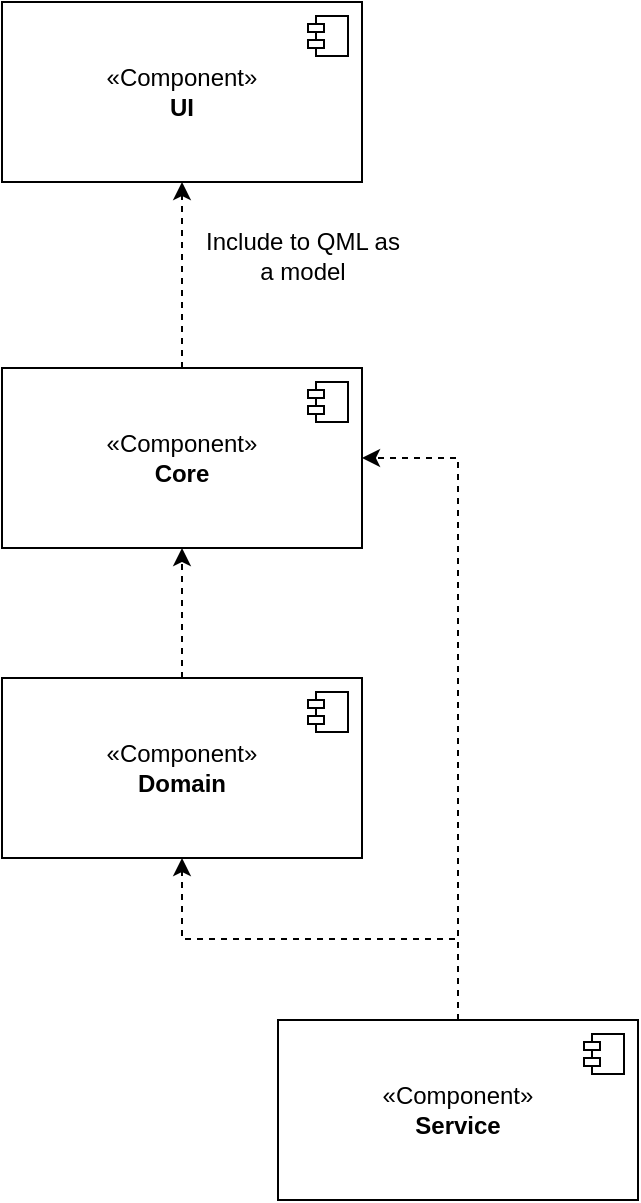
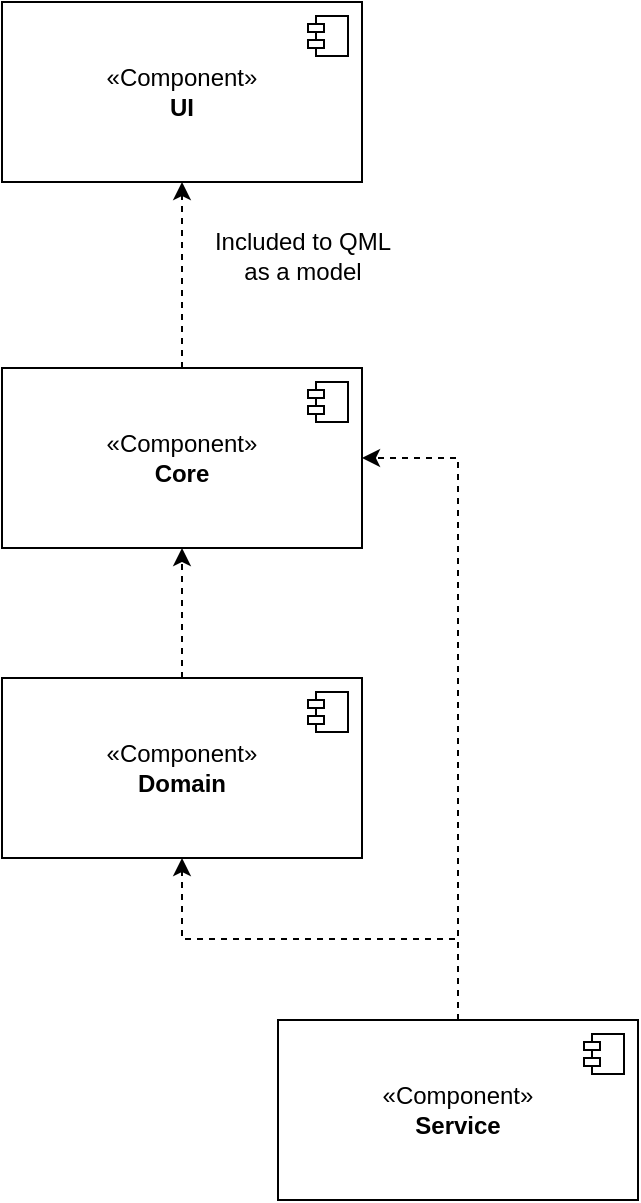
<mxfile host="Electron" agent="Mozilla/5.0 (Windows NT 10.0; Win64; x64) AppleWebKit/537.36 (KHTML, like Gecko) draw.io/29.6.6 Chrome/144.0.7559.236 Electron/40.8.4 Safari/537.36" version="29.6.6">
  <diagram name="Page-1" id="NObZt32DlCua3fhVRQLL">
-     <mxGraphModel dx="-416" dy="1192" grid="0" gridSize="10" guides="1" tooltips="1" connect="1" arrows="1" fold="1" page="0" pageScale="1" pageWidth="3300" pageHeight="4681" math="0" shadow="0">
+     <mxGraphModel dx="1105" dy="1201" grid="0" gridSize="10" guides="1" tooltips="1" connect="1" arrows="1" fold="1" page="0" pageScale="1" pageWidth="3300" pageHeight="4681" math="0" shadow="0">
      <root>
        <mxCell id="0" />
        <mxCell id="1" parent="0" />
        <mxCell id="tQFpabWUKiHXxjJ5ZDOe-1" parent="1" style="html=1;dropTarget=0;whiteSpace=wrap;" value="«Component»&lt;br&gt;&lt;b&gt;UI&lt;/b&gt;" vertex="1">
          <mxGeometry height="90" width="180" x="1271" y="151" as="geometry" />
        </mxCell>
        <mxCell id="tQFpabWUKiHXxjJ5ZDOe-2" parent="tQFpabWUKiHXxjJ5ZDOe-1" style="shape=module;jettyWidth=8;jettyHeight=4;" value="" vertex="1">
          <mxGeometry height="20" relative="1" width="20" x="1" as="geometry">
            <mxPoint x="-27" y="7" as="offset" />
          </mxGeometry>
        </mxCell>
        <mxCell id="tQFpabWUKiHXxjJ5ZDOe-8" edge="1" parent="1" source="tQFpabWUKiHXxjJ5ZDOe-3" style="edgeStyle=orthogonalEdgeStyle;rounded=0;orthogonalLoop=1;jettySize=auto;html=1;dashed=1;" target="tQFpabWUKiHXxjJ5ZDOe-5">
          <mxGeometry relative="1" as="geometry" />
        </mxCell>
        <mxCell id="tQFpabWUKiHXxjJ5ZDOe-3" parent="1" style="html=1;dropTarget=0;whiteSpace=wrap;" value="«Component»&lt;br&gt;&lt;b&gt;Domain&lt;/b&gt;" vertex="1">
          <mxGeometry height="90" width="180" x="1271" y="489" as="geometry" />
        </mxCell>
        <mxCell id="tQFpabWUKiHXxjJ5ZDOe-4" parent="tQFpabWUKiHXxjJ5ZDOe-3" style="shape=module;jettyWidth=8;jettyHeight=4;" value="" vertex="1">
          <mxGeometry height="20" relative="1" width="20" x="1" as="geometry">
            <mxPoint x="-27" y="7" as="offset" />
          </mxGeometry>
        </mxCell>
        <mxCell id="tQFpabWUKiHXxjJ5ZDOe-7" edge="1" parent="1" source="tQFpabWUKiHXxjJ5ZDOe-5" style="edgeStyle=orthogonalEdgeStyle;rounded=0;orthogonalLoop=1;jettySize=auto;html=1;dashed=1;" target="tQFpabWUKiHXxjJ5ZDOe-1">
          <mxGeometry relative="1" as="geometry" />
        </mxCell>
        <mxCell id="tQFpabWUKiHXxjJ5ZDOe-5" parent="1" style="html=1;dropTarget=0;whiteSpace=wrap;" value="«Component»&lt;br&gt;&lt;b&gt;Core&lt;/b&gt;" vertex="1">
          <mxGeometry height="90" width="180" x="1271" y="334" as="geometry" />
        </mxCell>
        <mxCell id="tQFpabWUKiHXxjJ5ZDOe-6" parent="tQFpabWUKiHXxjJ5ZDOe-5" style="shape=module;jettyWidth=8;jettyHeight=4;" value="" vertex="1">
          <mxGeometry height="20" relative="1" width="20" x="1" as="geometry">
            <mxPoint x="-27" y="7" as="offset" />
          </mxGeometry>
        </mxCell>
        <mxCell id="tQFpabWUKiHXxjJ5ZDOe-11" edge="1" parent="1" source="tQFpabWUKiHXxjJ5ZDOe-9" style="edgeStyle=orthogonalEdgeStyle;rounded=0;orthogonalLoop=1;jettySize=auto;html=1;dashed=1;" target="tQFpabWUKiHXxjJ5ZDOe-5">
          <mxGeometry relative="1" as="geometry">
            <Array as="points">
              <mxPoint x="1499" y="379" />
            </Array>
          </mxGeometry>
        </mxCell>
        <mxCell id="FhlxQQGqS6F78gBd1ylR-1" edge="1" parent="1" source="tQFpabWUKiHXxjJ5ZDOe-9" style="edgeStyle=orthogonalEdgeStyle;rounded=0;orthogonalLoop=1;jettySize=auto;html=1;dashed=1;" target="tQFpabWUKiHXxjJ5ZDOe-3">
          <mxGeometry relative="1" as="geometry" />
        </mxCell>
        <mxCell id="tQFpabWUKiHXxjJ5ZDOe-9" parent="1" style="html=1;dropTarget=0;whiteSpace=wrap;" value="«Component»&lt;br&gt;&lt;b&gt;Service&lt;/b&gt;" vertex="1">
          <mxGeometry height="90" width="180" x="1409" y="660" as="geometry" />
        </mxCell>
        <mxCell id="tQFpabWUKiHXxjJ5ZDOe-10" parent="tQFpabWUKiHXxjJ5ZDOe-9" style="shape=module;jettyWidth=8;jettyHeight=4;" value="" vertex="1">
          <mxGeometry height="20" relative="1" width="20" x="1" as="geometry">
            <mxPoint x="-27" y="7" as="offset" />
          </mxGeometry>
        </mxCell>
-         <mxCell id="tQFpabWUKiHXxjJ5ZDOe-13" parent="1" style="text;html=1;whiteSpace=wrap;strokeColor=none;fillColor=none;align=center;verticalAlign=middle;rounded=0;" value="Include to QML as a model" vertex="1">
+         <mxCell id="tQFpabWUKiHXxjJ5ZDOe-13" parent="1" style="text;html=1;whiteSpace=wrap;strokeColor=none;fillColor=none;align=center;verticalAlign=middle;rounded=0;" value="Included to QML as a model" vertex="1">
          <mxGeometry height="30" width="105" x="1369" y="263" as="geometry" />
        </mxCell>
      </root>
    </mxGraphModel>
  </diagram>
</mxfile>
